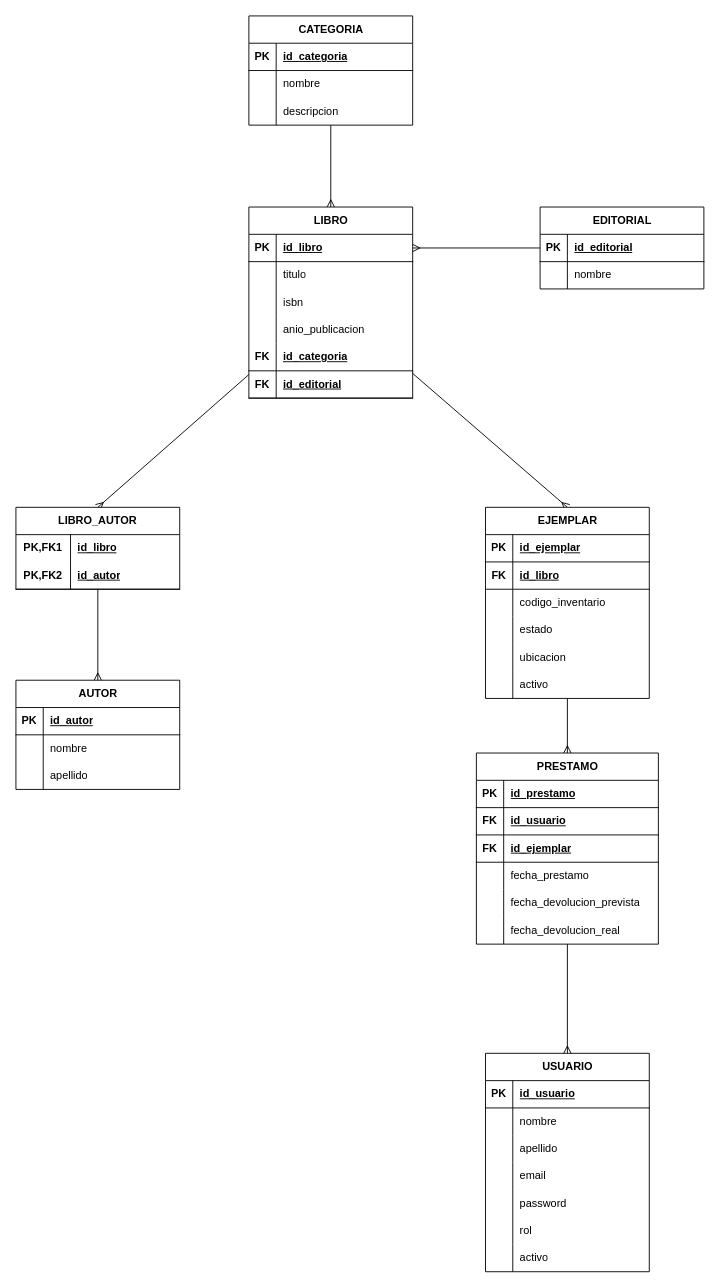
This is database/DER-BiblioGest.drawio from LuMendez7/TRABAJO-FINAL---GRUPO-205, a draw.io file, before an edit. Source tidied: cells renumbered, new cells numbered last; positions are measured from the earlier drawing's top-left corner, leaving out a move shared by most shapes. Both pictures are drawn from the tidied source at 91%, with x=0, y=0 at pixel (15, 15).
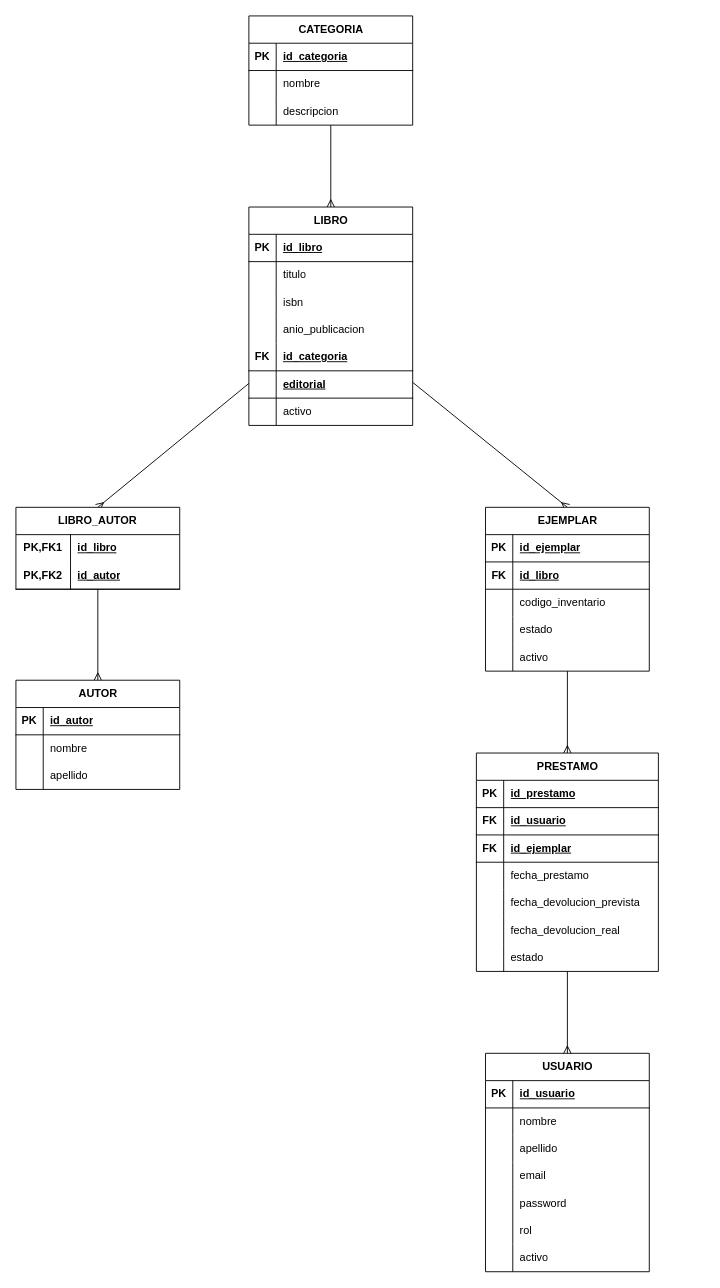
Above is the later version.

Unchanged cells that the change refers to:
```xml
<mxCell id="27" style="shape=tableRow;horizontal=0;startSize=0;swimlaneHead=0;swimlaneBody=0;fillColor=none;points=[[0,0.5],[1,0.5]];portConstraint=eastwest;top=0;left=0;right=0;bottom=1;" parent="26" vertex="1">
  <mxGeometry y="30" width="180" height="30" as="geometry" />
</mxCell>
<mxCell id="42" style="shape=tableRow;horizontal=0;startSize=0;swimlaneHead=0;swimlaneBody=0;fillColor=none;top=0;left=0;right=0;bottom=1;" parent="26" vertex="1">
  <mxGeometry y="180" width="180" height="30" as="geometry" />
</mxCell>
```

Diff of the diagram source:
```diff
@@
     <mxCell id="26" value="LIBRO" style="shape=table;startSize=30;childLayout=tableLayout;rowLines=0;fontStyle=1;align=center;html=1;" parent="1" vertex="1">
-      <mxGeometry x="256" y="210" width="180" height="210" as="geometry" />
+      <mxGeometry x="256" y="210" width="180" height="240" as="geometry" />
     </mxCell>
@@
-    <mxCell id="43" value="FK" style="shape=partialRectangle;fillColor=none;top=0;left=0;bottom=0;right=0;fontStyle=1;overflow=hidden;whiteSpace=wrap;html=1;" parent="42" vertex="1">
+    <mxCell id="43" style="shape=partialRectangle;fillColor=none;top=0;left=0;bottom=0;right=0;fontStyle=1;overflow=hidden;whiteSpace=wrap;html=1;" parent="42" vertex="1">
       <mxGeometry width="30" height="30" as="geometry" />
     </mxCell>
-    <mxCell id="44" value="&lt;span style=&quot;text-align: center; white-space: nowrap;&quot;&gt;id_editorial&lt;/span&gt;" style="shape=partialRectangle;fillColor=none;top=0;left=0;bottom=0;right=0;align=left;spacingLeft=6;fontStyle=5;overflow=hidden;whiteSpace=wrap;html=1;" parent="42" vertex="1">
+    <mxCell id="44" value="editorial" style="shape=partialRectangle;fillColor=none;top=0;left=0;bottom=0;right=0;align=left;spacingLeft=6;fontStyle=5;overflow=hidden;whiteSpace=wrap;html=1;" parent="42" vertex="1">
       <mxGeometry x="30" width="150" height="30" as="geometry" />
     </mxCell>
+    <mxCell id="122" style="shape=tableRow;horizontal=0;startSize=0;swimlaneHead=0;swimlaneBody=0;fillColor=none;top=0;left=0;right=0;bottom=0;" parent="26" vertex="1">
+      <mxGeometry y="210" width="180" height="30" as="geometry" />
+    </mxCell>
+    <mxCell id="123" style="shape=partialRectangle;fillColor=none;top=0;left=0;bottom=0;right=0;overflow=hidden;whiteSpace=wrap;html=1;" parent="122" vertex="1">
+      <mxGeometry width="30" height="30" as="geometry" />
+    </mxCell>
+    <mxCell id="124" value="activo" style="shape=partialRectangle;fillColor=none;top=0;left=0;bottom=0;right=0;align=left;spacingLeft=6;overflow=hidden;whiteSpace=wrap;html=1;" parent="122" vertex="1">
+      <mxGeometry x="30" width="150" height="30" as="geometry" />
+    </mxCell>
@@
     <mxCell id="67" value="PRESTAMO" style="shape=table;startSize=30;childLayout=tableLayout;rowLines=0;fontStyle=1;align=center;html=1;" parent="1" vertex="1">
-      <mxGeometry x="506" y="810" width="200" height="210" as="geometry" />
+      <mxGeometry x="506" y="810" width="200" height="240" as="geometry" />
     </mxCell>
@@
+    <mxCell id="125" style="shape=tableRow;horizontal=0;startSize=0;swimlaneHead=0;swimlaneBody=0;fillColor=none;top=0;left=0;right=0;bottom=0;" parent="67" vertex="1">
+      <mxGeometry y="210" width="200" height="30" as="geometry" />
+    </mxCell>
+    <mxCell id="126" style="shape=partialRectangle;fillColor=none;top=0;left=0;bottom=0;right=0;overflow=hidden;whiteSpace=wrap;html=1;" parent="125" vertex="1">
+      <mxGeometry width="30" height="30" as="geometry" />
+    </mxCell>
+    <mxCell id="127" value="estado" style="shape=partialRectangle;fillColor=none;top=0;left=0;bottom=0;right=0;align=left;spacingLeft=6;overflow=hidden;whiteSpace=wrap;html=1;" parent="125" vertex="1">
+      <mxGeometry x="30" width="170" height="30" as="geometry" />
+    </mxCell>
@@
     <mxCell id="87" value="EJEMPLAR" style="shape=table;startSize=30;childLayout=tableLayout;rowLines=0;fontStyle=1;align=center;html=1;" parent="1" vertex="1">
-      <mxGeometry x="516" y="540" width="180" height="210" as="geometry" />
+      <mxGeometry x="516" y="540" width="180" height="180" as="geometry" />
     </mxCell>
@@
-    <mxCell id="100" style="shape=tableRow;horizontal=0;startSize=0;swimlaneHead=0;swimlaneBody=0;fillColor=none;top=0;left=0;right=0;bottom=0;" parent="87" vertex="1">
-      <mxGeometry y="150" width="180" height="30" as="geometry" />
-    </mxCell>
-    <mxCell id="101" style="shape=partialRectangle;fillColor=none;top=0;left=0;bottom=0;right=0;overflow=hidden;whiteSpace=wrap;html=1;" parent="100" vertex="1">
-      <mxGeometry width="30" height="30" as="geometry" />
-    </mxCell>
-    <mxCell id="102" value="ubicacion" style="shape=partialRectangle;fillColor=none;top=0;left=0;bottom=0;right=0;align=left;spacingLeft=6;overflow=hidden;whiteSpace=wrap;html=1;" parent="100" vertex="1">
-      <mxGeometry x="30" width="150" height="30" as="geometry" />
-    </mxCell>
     <mxCell id="103" style="shape=tableRow;horizontal=0;startSize=0;swimlaneHead=0;swimlaneBody=0;fillColor=none;top=0;left=0;right=0;bottom=0;" parent="87" vertex="1">
-      <mxGeometry y="180" width="180" height="30" as="geometry" />
+      <mxGeometry y="150" width="180" height="30" as="geometry" />
     </mxCell>
@@
-    <mxCell id="114" value="EDITORIAL" style="shape=table;startSize=30;childLayout=tableLayout;rowLines=0;fontStyle=1;align=center;html=1;" parent="1" vertex="1">
-      <mxGeometry x="576" y="210" width="180" height="90" as="geometry" />
-    </mxCell>
-    <mxCell id="115" style="shape=tableRow;horizontal=0;startSize=0;swimlaneHead=0;swimlaneBody=0;fillColor=none;points=[[0,0.5],[1,0.5]];portConstraint=eastwest;top=0;left=0;right=0;bottom=1;" parent="114" vertex="1">
-      <mxGeometry y="30" width="180" height="30" as="geometry" />
-    </mxCell>
-    <mxCell id="116" value="PK" style="shape=partialRectangle;fillColor=none;top=0;left=0;bottom=0;right=0;fontStyle=1;overflow=hidden;whiteSpace=wrap;html=1;" parent="115" vertex="1">
-      <mxGeometry width="30" height="30" as="geometry" />
-    </mxCell>
-    <mxCell id="117" value="&lt;span style=&quot;text-align: center; white-space: nowrap;&quot;&gt;id_editorial&lt;/span&gt;" style="shape=partialRectangle;fillColor=none;top=0;left=0;bottom=0;right=0;align=left;spacingLeft=6;fontStyle=5;overflow=hidden;whiteSpace=wrap;html=1;" parent="115" vertex="1">
-      <mxGeometry x="30" width="150" height="30" as="geometry" />
-    </mxCell>
-    <mxCell id="118" style="shape=tableRow;horizontal=0;startSize=0;swimlaneHead=0;swimlaneBody=0;fillColor=none;top=0;left=0;right=0;bottom=0;" parent="114" vertex="1">
-      <mxGeometry y="60" width="180" height="30" as="geometry" />
-    </mxCell>
-    <mxCell id="119" style="shape=partialRectangle;fillColor=none;top=0;left=0;bottom=0;right=0;overflow=hidden;whiteSpace=wrap;html=1;" parent="118" vertex="1">
-      <mxGeometry width="30" height="30" as="geometry" />
-    </mxCell>
-    <mxCell id="120" value="nombre" style="shape=partialRectangle;fillColor=none;top=0;left=0;bottom=0;right=0;align=left;spacingLeft=6;overflow=hidden;whiteSpace=wrap;html=1;" parent="118" vertex="1">
-      <mxGeometry x="30" width="150" height="30" as="geometry" />
-    </mxCell>
-    <mxCell id="121" style="rounded=0;jettySize=auto;html=1;entryX=1;entryY=0.5;entryDx=0;entryDy=0;endArrow=ERmany;endFill=0;" parent="1" edge="1" source="115" target="27">
-      <mxGeometry relative="1" as="geometry" />
-    </mxCell>
```
